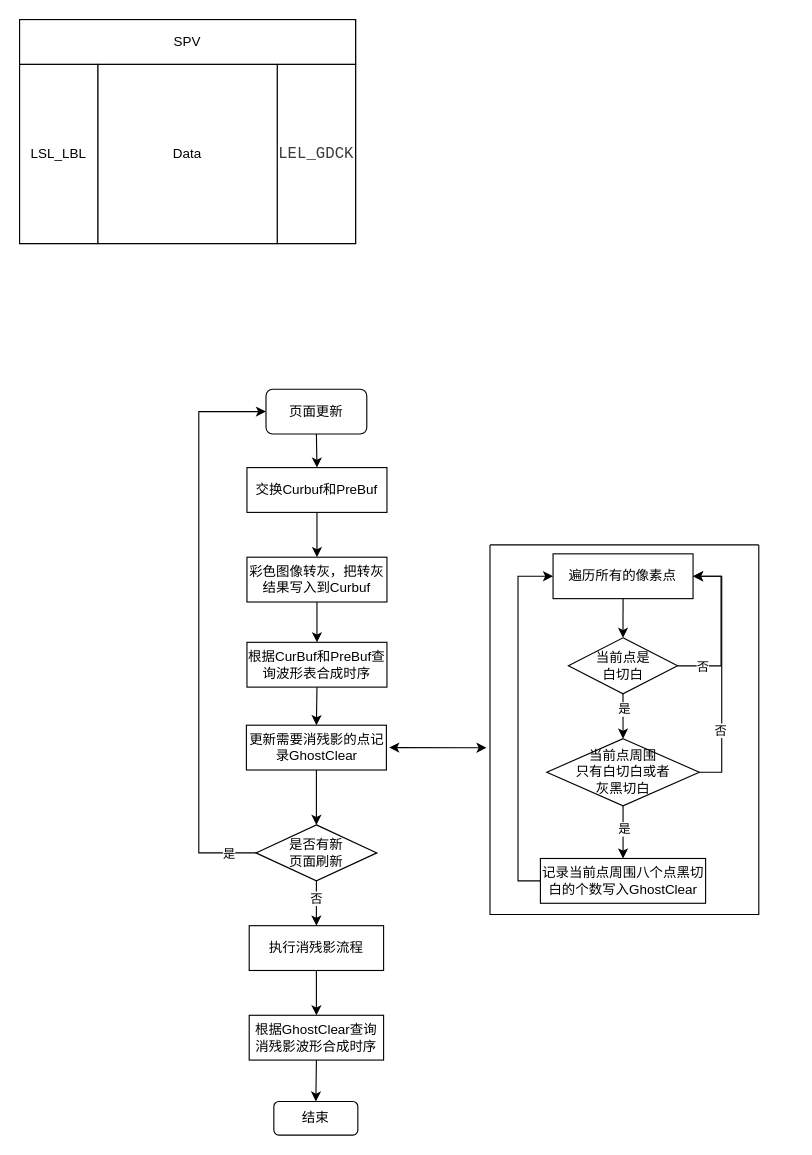
Above: 软解开发说明文档.drawio in xubinlu/android-journey (draw.io), before the change. Source tidied: cells renumbered, new cells numbered last; positions are measured from the earlier drawing's top-left corner, leaving out a move shared by most shapes. Both pictures are drawn from the tidied source at 112%, with x=0, y=0 at pixel (19, 19).
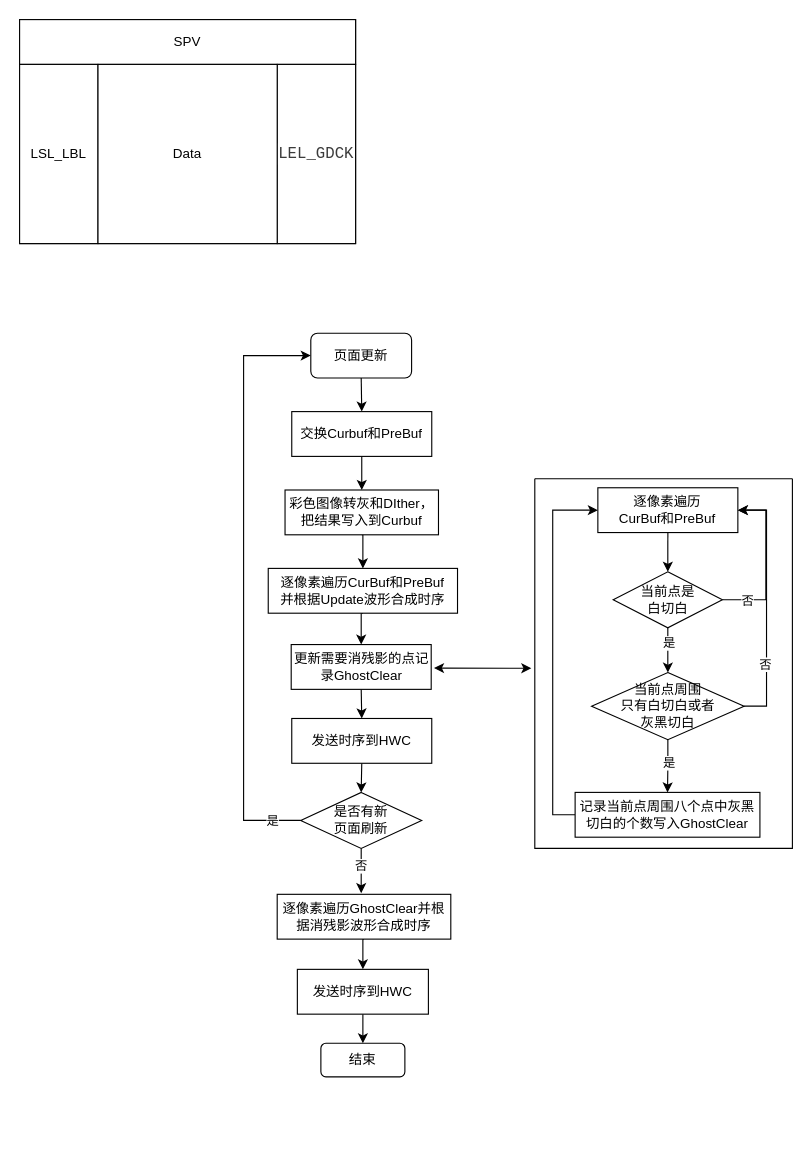
The same diagram, later.

Commit message:
更新软解开发说明文档.drawio

Change to the diagram source:
```diff
@@
     <mxCell id="8" value="页面更新" style="rounded=1;whiteSpace=wrap;html=1;" parent="1" vertex="1">
-      <mxGeometry x="220" y="330" width="90" height="40" as="geometry" />
+      <mxGeometry x="260" y="280" width="90" height="40" as="geometry" />
     </mxCell>
-    <mxCell id="9" style="edgeStyle=orthogonalEdgeStyle;rounded=0;jettySize=auto;html=1;exitX=0.5;exitY=1;exitDx=0;exitDy=0;entryX=0.5;entryY=0;entryDx=0;entryDy=0;" parent="1" edge="1" source="10" target="12">
-      <mxGeometry relative="1" as="geometry" />
-    </mxCell>
+    <mxCell id="43" style="edgeStyle=orthogonalEdgeStyle;rounded=0;jettySize=auto;html=1;exitX=0.5;exitY=1;exitDx=0;exitDy=0;entryX=0.5;entryY=0;entryDx=0;entryDy=0;" parent="1" edge="1" source="10" target="45">
+      <mxGeometry relative="1" as="geometry" />
+    </mxCell>
     <mxCell id="10" value="交换Curbuf和PreBuf" style="rounded=0;whiteSpace=wrap;html=1;" parent="1" vertex="1">
-      <mxGeometry x="203" y="400" width="125" height="40" as="geometry" />
+      <mxGeometry x="243" y="350" width="125" height="40" as="geometry" />
     </mxCell>
-    <mxCell id="11" style="edgeStyle=orthogonalEdgeStyle;rounded=0;jettySize=auto;html=1;exitX=0.5;exitY=1;exitDx=0;exitDy=0;entryX=0.5;entryY=0;entryDx=0;entryDy=0;" parent="1" edge="1" source="12" target="14">
-      <mxGeometry relative="1" as="geometry" />
-    </mxCell>
-    <mxCell id="12" value="彩色图像转灰，把转灰结果写入到Curbuf" style="rounded=0;whiteSpace=wrap;html=1;" parent="1" vertex="1">
-      <mxGeometry x="203" y="480" width="125" height="40" as="geometry" />
-    </mxCell>
-    <mxCell id="13" style="edgeStyle=orthogonalEdgeStyle;rounded=0;jettySize=auto;html=1;exitX=0.5;exitY=1;exitDx=0;exitDy=0;entryX=0.5;entryY=0;entryDx=0;entryDy=0;" parent="1" edge="1" source="14" target="16">
-      <mxGeometry relative="1" as="geometry" />
-    </mxCell>
-    <mxCell id="14" value="根据CurBuf和PreBuf查询波形表合成时序" style="rounded=0;whiteSpace=wrap;html=1;" parent="1" vertex="1">
-      <mxGeometry x="203" y="556" width="125" height="40" as="geometry" />
-    </mxCell>
-    <mxCell id="15" style="edgeStyle=orthogonalEdgeStyle;rounded=0;jettySize=auto;html=1;exitX=0.5;exitY=1;exitDx=0;exitDy=0;entryX=0.5;entryY=0;entryDx=0;entryDy=0;" parent="1" edge="1" source="16" target="21">
-      <mxGeometry relative="1" as="geometry" />
-    </mxCell>
+    <mxCell id="44" style="edgeStyle=orthogonalEdgeStyle;rounded=0;jettySize=auto;html=1;exitX=0.5;exitY=1;exitDx=0;exitDy=0;entryX=0.5;entryY=0;entryDx=0;entryDy=0;" parent="1" edge="1" source="45" target="47">
+      <mxGeometry relative="1" as="geometry" />
+    </mxCell>
+    <mxCell id="45" value="彩色图像转灰和DIther，把结果写入到Curbuf" style="rounded=0;whiteSpace=wrap;html=1;" parent="1" vertex="1">
+      <mxGeometry x="237" y="420" width="137" height="40" as="geometry" />
+    </mxCell>
+    <mxCell id="46" style="edgeStyle=orthogonalEdgeStyle;rounded=0;jettySize=auto;html=1;exitX=0.5;exitY=1;exitDx=0;exitDy=0;entryX=0.5;entryY=0;entryDx=0;entryDy=0;" parent="1" edge="1" source="47" target="16">
+      <mxGeometry relative="1" as="geometry" />
+    </mxCell>
+    <mxCell id="47" value="逐像素遍历CurBuf和PreBuf&lt;div&gt;并根据Update波形合成时序&lt;/div&gt;" style="rounded=0;whiteSpace=wrap;html=1;" parent="1" vertex="1">
+      <mxGeometry x="222" y="490" width="169" height="40" as="geometry" />
+    </mxCell>
+    <mxCell id="48" style="edgeStyle=orthogonalEdgeStyle;rounded=0;jettySize=auto;html=1;exitX=0.5;exitY=1;exitDx=0;exitDy=0;entryX=0.5;entryY=0;entryDx=0;entryDy=0;" parent="1" edge="1" source="16" target="68">
+      <mxGeometry relative="1" as="geometry" />
+    </mxCell>
     <mxCell id="16" value="更新需要消残影的点记录GhostClear" style="rounded=0;whiteSpace=wrap;html=1;" parent="1" vertex="1">
-      <mxGeometry x="202.5" y="630" width="125" height="40" as="geometry" />
+      <mxGeometry x="242.5" y="558" width="125" height="40" as="geometry" />
     </mxCell>
-    <mxCell id="17" style="edgeStyle=orthogonalEdgeStyle;rounded=0;jettySize=auto;html=1;exitX=0.5;exitY=1;exitDx=0;exitDy=0;entryX=0.5;entryY=0;entryDx=0;entryDy=0;" parent="1" edge="1" source="21" target="23">
-      <mxGeometry relative="1" as="geometry" />
-    </mxCell>
-    <mxCell id="18" value="否" style="edgeLabel;html=1;align=center;verticalAlign=middle;" parent="17" vertex="1">
-      <mxGeometry x="-0.25" y="-1" relative="1" as="geometry" />
-    </mxCell>
+    <mxCell id="49" style="edgeStyle=orthogonalEdgeStyle;rounded=0;jettySize=auto;html=1;exitX=0.5;exitY=1;exitDx=0;exitDy=0;entryX=0.5;entryY=0;entryDx=0;entryDy=0;" parent="1" edge="1" source="21">
+      <mxGeometry relative="1" as="geometry">
+        <mxPoint x="305" y="780" as="targetPoint" />
+      </mxGeometry>
+    </mxCell>
+    <mxCell id="50" value="否" style="edgeLabel;html=1;align=center;verticalAlign=middle;" parent="49" vertex="1">
+      <mxGeometry x="-0.25" y="-1" relative="1" as="geometry" />
+    </mxCell>
     <mxCell id="19" style="edgeStyle=orthogonalEdgeStyle;rounded=0;jettySize=auto;html=1;exitX=0;exitY=0.5;exitDx=0;exitDy=0;entryX=0;entryY=0.5;entryDx=0;entryDy=0;" parent="1" edge="1" source="21" target="8">
       <mxGeometry relative="1" as="geometry">
         <Array as="points">
-          <mxPoint x="160" y="744" />
-          <mxPoint x="160" y="350" />
+          <mxPoint x="200" y="715" />
+          <mxPoint x="200" y="300" />
         </Array>
       </mxGeometry>
     </mxCell>
-    <mxCell id="20" value="是" style="edgeLabel;html=1;align=center;verticalAlign=middle;" parent="19" vertex="1">
-      <mxGeometry x="-0.9" relative="1" as="geometry" />
-    </mxCell>
+    <mxCell id="51" value="是" style="edgeLabel;html=1;align=center;verticalAlign=middle;" parent="19" vertex="1">
+      <mxGeometry x="-0.9" relative="1" as="geometry" />
+    </mxCell>
     <mxCell id="21" value="是否有新&lt;div&gt;页面&lt;span style=&quot;background-color: transparent; color: light-dark(rgb(0, 0, 0), rgb(255, 255, 255));&quot;&gt;刷新&lt;/span&gt;&lt;/div&gt;" style="rhombus;whiteSpace=wrap;html=1;" parent="1" vertex="1">
-      <mxGeometry x="211" y="719" width="108" height="50" as="geometry" />
+      <mxGeometry x="251" y="690" width="108" height="50" as="geometry" />
     </mxCell>
-    <mxCell id="22" style="edgeStyle=orthogonalEdgeStyle;rounded=0;jettySize=auto;html=1;exitX=0.5;exitY=1;exitDx=0;exitDy=0;entryX=0.5;entryY=0;entryDx=0;entryDy=0;" parent="1" edge="1" source="23" target="25">
-      <mxGeometry relative="1" as="geometry" />
-    </mxCell>
-    <mxCell id="23" value="执行消残影流程" style="rounded=0;whiteSpace=wrap;html=1;" parent="1" vertex="1">
-      <mxGeometry x="205" y="809" width="120" height="40" as="geometry" />
-    </mxCell>
-    <mxCell id="24" style="edgeStyle=orthogonalEdgeStyle;rounded=0;jettySize=auto;html=1;exitX=0.5;exitY=1;exitDx=0;exitDy=0;entryX=0.5;entryY=0;entryDx=0;entryDy=0;" parent="1" edge="1" source="25" target="42">
-      <mxGeometry relative="1" as="geometry" />
-    </mxCell>
-    <mxCell id="25" value="根据GhostClear查询消残影波形合成时序" style="rounded=0;whiteSpace=wrap;html=1;" parent="1" vertex="1">
-      <mxGeometry x="205" y="889" width="120" height="40" as="geometry" />
-    </mxCell>
-    <mxCell id="26" style="swimlane;startSize=0;" parent="1" vertex="1">
-      <mxGeometry x="420" y="469" width="240" height="330" as="geometry" />
-    </mxCell>
-    <mxCell id="27" style="edgeStyle=orthogonalEdgeStyle;rounded=0;jettySize=auto;html=1;exitX=0.5;exitY=1;exitDx=0;exitDy=0;entryX=0.5;entryY=0;entryDx=0;entryDy=0;" parent="26" edge="1" source="28" target="33">
-      <mxGeometry relative="1" as="geometry" />
-    </mxCell>
-    <mxCell id="28" value="遍历所有的像素点" style="rounded=0;whiteSpace=wrap;html=1;" parent="26" vertex="1">
-      <mxGeometry x="56.3" y="8" width="125" height="40" as="geometry" />
-    </mxCell>
+    <mxCell id="52" style="edgeStyle=orthogonalEdgeStyle;rounded=0;jettySize=auto;html=1;exitX=0.5;exitY=1;exitDx=0;exitDy=0;entryX=0.5;entryY=0;entryDx=0;entryDy=0;" parent="1" edge="1" source="53" target="70">
+      <mxGeometry relative="1" as="geometry" />
+    </mxCell>
+    <mxCell id="53" value="逐像素遍历GhostClear并根据消残影波形合成时序" style="rounded=0;whiteSpace=wrap;html=1;" parent="1" vertex="1">
+      <mxGeometry x="230" y="781" width="155" height="40" as="geometry" />
+    </mxCell>
+    <mxCell id="54" style="swimlane;startSize=0;" parent="1" vertex="1">
+      <mxGeometry x="460" y="410" width="230" height="330" as="geometry" />
+    </mxCell>
+    <mxCell id="55" style="edgeStyle=orthogonalEdgeStyle;rounded=0;jettySize=auto;html=1;exitX=0.5;exitY=1;exitDx=0;exitDy=0;entryX=0.5;entryY=0;entryDx=0;entryDy=0;" parent="54" edge="1" source="56" target="33">
+      <mxGeometry relative="1" as="geometry" />
+    </mxCell>
+    <mxCell id="56" value="逐像素遍历&lt;div&gt;CurBuf和PreBuf&lt;/div&gt;" style="rounded=0;whiteSpace=wrap;html=1;" parent="54" vertex="1">
+      <mxGeometry x="56.3" y="8" width="125" height="40" as="geometry" />
+    </mxCell>
-    <mxCell id="29" style="edgeStyle=orthogonalEdgeStyle;rounded=0;jettySize=auto;html=1;exitX=0.5;exitY=1;exitDx=0;exitDy=0;entryX=0.5;entryY=0;entryDx=0;entryDy=0;" parent="26" edge="1" source="33" target="38">
+    <mxCell id="29" style="edgeStyle=orthogonalEdgeStyle;rounded=0;jettySize=auto;html=1;exitX=0.5;exitY=1;exitDx=0;exitDy=0;entryX=0.5;entryY=0;entryDx=0;entryDy=0;" parent="54" edge="1" source="33" target="38">
       <mxGeometry relative="1" as="geometry" />
     </mxCell>
-    <mxCell id="30" value="是" style="edgeLabel;html=1;align=center;verticalAlign=middle;" parent="29" vertex="1">
-      <mxGeometry x="-0.29" y="1" relative="1" as="geometry" />
-    </mxCell>
-    <mxCell id="31" style="edgeStyle=orthogonalEdgeStyle;rounded=0;jettySize=auto;html=1;exitX=1;exitY=0.5;exitDx=0;exitDy=0;entryX=1;entryY=0.5;entryDx=0;entryDy=0;" parent="26" edge="1" source="33" target="28">
-      <mxGeometry relative="1" as="geometry">
-        <Array as="points">
-          <mxPoint x="206.3" y="108" />
-          <mxPoint x="206.3" y="28" />
-        </Array>
-      </mxGeometry>
-    </mxCell>
-    <mxCell id="32" value="否" style="edgeLabel;html=1;align=center;verticalAlign=middle;" parent="31" vertex="1">
-      <mxGeometry x="-0.69" relative="1" as="geometry" />
-    </mxCell>
+    <mxCell id="57" value="是" style="edgeLabel;html=1;align=center;verticalAlign=middle;" parent="29" vertex="1">
+      <mxGeometry x="-0.29" y="1" relative="1" as="geometry" />
+    </mxCell>
+    <mxCell id="58" style="edgeStyle=orthogonalEdgeStyle;rounded=0;jettySize=auto;html=1;exitX=1;exitY=0.5;exitDx=0;exitDy=0;entryX=1;entryY=0.5;entryDx=0;entryDy=0;" parent="54" edge="1" source="33" target="56">
+      <mxGeometry relative="1" as="geometry">
+        <Array as="points">
+          <mxPoint x="206.3" y="108" />
+          <mxPoint x="206.3" y="28" />
+        </Array>
+      </mxGeometry>
+    </mxCell>
+    <mxCell id="59" value="否" style="edgeLabel;html=1;align=center;verticalAlign=middle;" parent="58" vertex="1">
+      <mxGeometry x="-0.69" relative="1" as="geometry" />
+    </mxCell>
-    <mxCell id="33" value="当前点是&lt;div&gt;白切白&lt;/div&gt;" style="rhombus;whiteSpace=wrap;html=1;" parent="26" vertex="1">
+    <mxCell id="33" value="当前点是&lt;div&gt;白切白&lt;/div&gt;" style="rhombus;whiteSpace=wrap;html=1;" parent="54" vertex="1">
       <mxGeometry x="70" y="83" width="97.5" height="50" as="geometry" />
     </mxCell>
-    <mxCell id="34" style="edgeStyle=orthogonalEdgeStyle;rounded=0;jettySize=auto;html=1;" parent="26" edge="1" source="38" target="40">
-      <mxGeometry relative="1" as="geometry" />
-    </mxCell>
-    <mxCell id="35" value="是" style="edgeLabel;html=1;align=center;verticalAlign=middle;" parent="34" vertex="1">
-      <mxGeometry x="-0.23" y="1" relative="1" as="geometry">
-        <mxPoint y="2" as="offset" />
-      </mxGeometry>
-    </mxCell>
-    <mxCell id="36" style="edgeStyle=orthogonalEdgeStyle;rounded=0;jettySize=auto;html=1;exitX=1;exitY=0.5;exitDx=0;exitDy=0;entryX=1;entryY=0.5;entryDx=0;entryDy=0;" parent="26" edge="1" source="38" target="28">
-      <mxGeometry relative="1" as="geometry" />
-    </mxCell>
-    <mxCell id="37" value="否" style="edgeLabel;html=1;align=center;verticalAlign=middle;" parent="36" vertex="1">
-      <mxGeometry x="-0.47" y="1" relative="1" as="geometry" />
-    </mxCell>
+    <mxCell id="60" style="edgeStyle=orthogonalEdgeStyle;rounded=0;jettySize=auto;html=1;" parent="54" edge="1" source="38" target="65">
+      <mxGeometry relative="1" as="geometry" />
+    </mxCell>
+    <mxCell id="61" value="是" style="edgeLabel;html=1;align=center;verticalAlign=middle;" parent="60" vertex="1">
+      <mxGeometry x="-0.23" y="1" relative="1" as="geometry">
+        <mxPoint y="2" as="offset" />
+      </mxGeometry>
+    </mxCell>
+    <mxCell id="62" style="edgeStyle=orthogonalEdgeStyle;rounded=0;jettySize=auto;html=1;exitX=1;exitY=0.5;exitDx=0;exitDy=0;entryX=1;entryY=0.5;entryDx=0;entryDy=0;" parent="54" edge="1" source="38" target="56">
+      <mxGeometry relative="1" as="geometry" />
+    </mxCell>
+    <mxCell id="63" value="否" style="edgeLabel;html=1;align=center;verticalAlign=middle;" parent="62" vertex="1">
+      <mxGeometry x="-0.47" y="1" relative="1" as="geometry" />
+    </mxCell>
-    <mxCell id="38" value="当前点周围&lt;div&gt;只有白切白或者&lt;/div&gt;&lt;div&gt;灰黑切白&lt;/div&gt;" style="rhombus;whiteSpace=wrap;html=1;" parent="26" vertex="1">
+    <mxCell id="38" value="当前点周围&lt;div&gt;只有白切白或者&lt;/div&gt;&lt;div&gt;灰黑切白&lt;/div&gt;" style="rhombus;whiteSpace=wrap;html=1;" parent="54" vertex="1">
       <mxGeometry x="50.7" y="173" width="136.2" height="60" as="geometry" />
     </mxCell>
-    <mxCell id="39" style="edgeStyle=orthogonalEdgeStyle;rounded=0;jettySize=auto;html=1;exitX=0;exitY=0.5;exitDx=0;exitDy=0;entryX=0;entryY=0.5;entryDx=0;entryDy=0;" parent="26" edge="1" source="40" target="28">
-      <mxGeometry relative="1" as="geometry" />
-    </mxCell>
-    <mxCell id="40" value="记录当前点周围八个点黑切白的个数写入GhostClear" style="whiteSpace=wrap;html=1;" parent="26" vertex="1">
-      <mxGeometry x="45" y="280" width="147.5" height="40" as="geometry" />
-    </mxCell>
-    <mxCell id="41" style="endArrow=classic;startArrow=classic;html=1;rounded=0;entryX=-0.013;entryY=0.549;entryDx=0;entryDy=0;entryPerimeter=0;" parent="1" edge="1" target="26">
-      <mxGeometry relative="1" as="geometry">
-        <mxPoint x="330" y="650" as="sourcePoint" />
-      </mxGeometry>
-    </mxCell>
+    <mxCell id="64" style="edgeStyle=orthogonalEdgeStyle;rounded=0;jettySize=auto;html=1;exitX=0;exitY=0.5;exitDx=0;exitDy=0;entryX=0;entryY=0.5;entryDx=0;entryDy=0;" parent="54" edge="1" source="65" target="56">
+      <mxGeometry relative="1" as="geometry" />
+    </mxCell>
+    <mxCell id="65" value="记录当前点周围八个点中灰黑切白的个数写入GhostClear" style="whiteSpace=wrap;html=1;" parent="54" vertex="1">
+      <mxGeometry x="36" y="280" width="165" height="40" as="geometry" />
+    </mxCell>
+    <mxCell id="66" style="endArrow=classic;startArrow=classic;html=1;rounded=0;entryX=-0.013;entryY=0.549;entryDx=0;entryDy=0;entryPerimeter=0;" parent="1" edge="1">
+      <mxGeometry relative="1" as="geometry">
+        <mxPoint x="370" y="579" as="sourcePoint" />
+        <mxPoint x="456.9" y="579.2" as="targetPoint" />
+      </mxGeometry>
+    </mxCell>
     <mxCell id="42" value="结束" style="rounded=1;whiteSpace=wrap;html=1;" parent="1" vertex="1">
-      <mxGeometry x="227" y="966" width="75" height="30" as="geometry" />
+      <mxGeometry x="269" y="914" width="75" height="30" as="geometry" />
     </mxCell>
+    <mxCell id="67" style="edgeStyle=orthogonalEdgeStyle;rounded=0;jettySize=auto;html=1;exitX=0.5;exitY=1;exitDx=0;exitDy=0;entryX=0.5;entryY=0;entryDx=0;entryDy=0;" parent="1" edge="1" source="68" target="21">
+      <mxGeometry relative="1" as="geometry" />
+    </mxCell>
+    <mxCell id="68" value="发送时序到HWC" style="rounded=0;whiteSpace=wrap;html=1;" parent="1" vertex="1">
+      <mxGeometry x="243" y="624" width="125" height="40" as="geometry" />
+    </mxCell>
+    <mxCell id="69" style="edgeStyle=orthogonalEdgeStyle;rounded=0;jettySize=auto;html=1;exitX=0.5;exitY=1;exitDx=0;exitDy=0;entryX=0.5;entryY=0;entryDx=0;entryDy=0;" parent="1" edge="1" source="70" target="42">
+      <mxGeometry relative="1" as="geometry" />
+    </mxCell>
+    <mxCell id="70" value="发送时序到HWC" style="rounded=0;whiteSpace=wrap;html=1;" parent="1" vertex="1">
+      <mxGeometry x="248" y="848" width="117" height="40" as="geometry" />
+    </mxCell>
```
